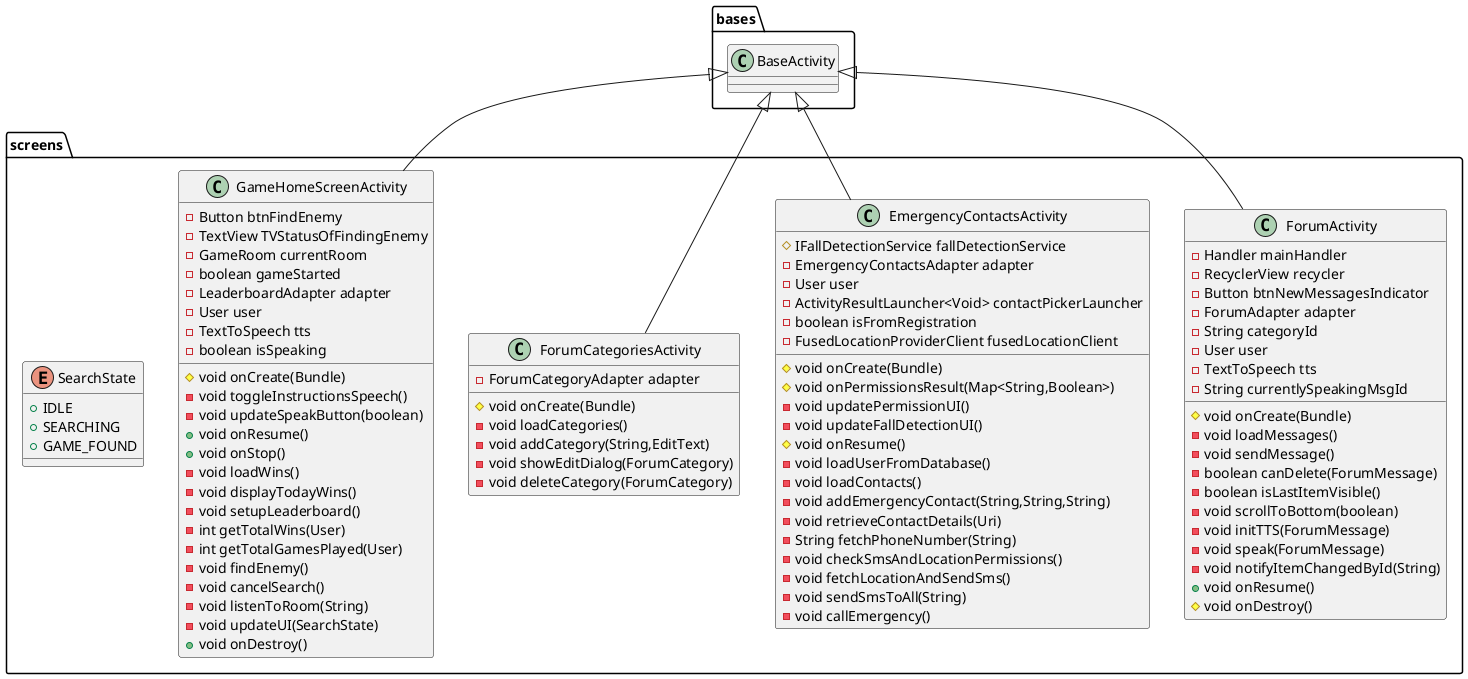
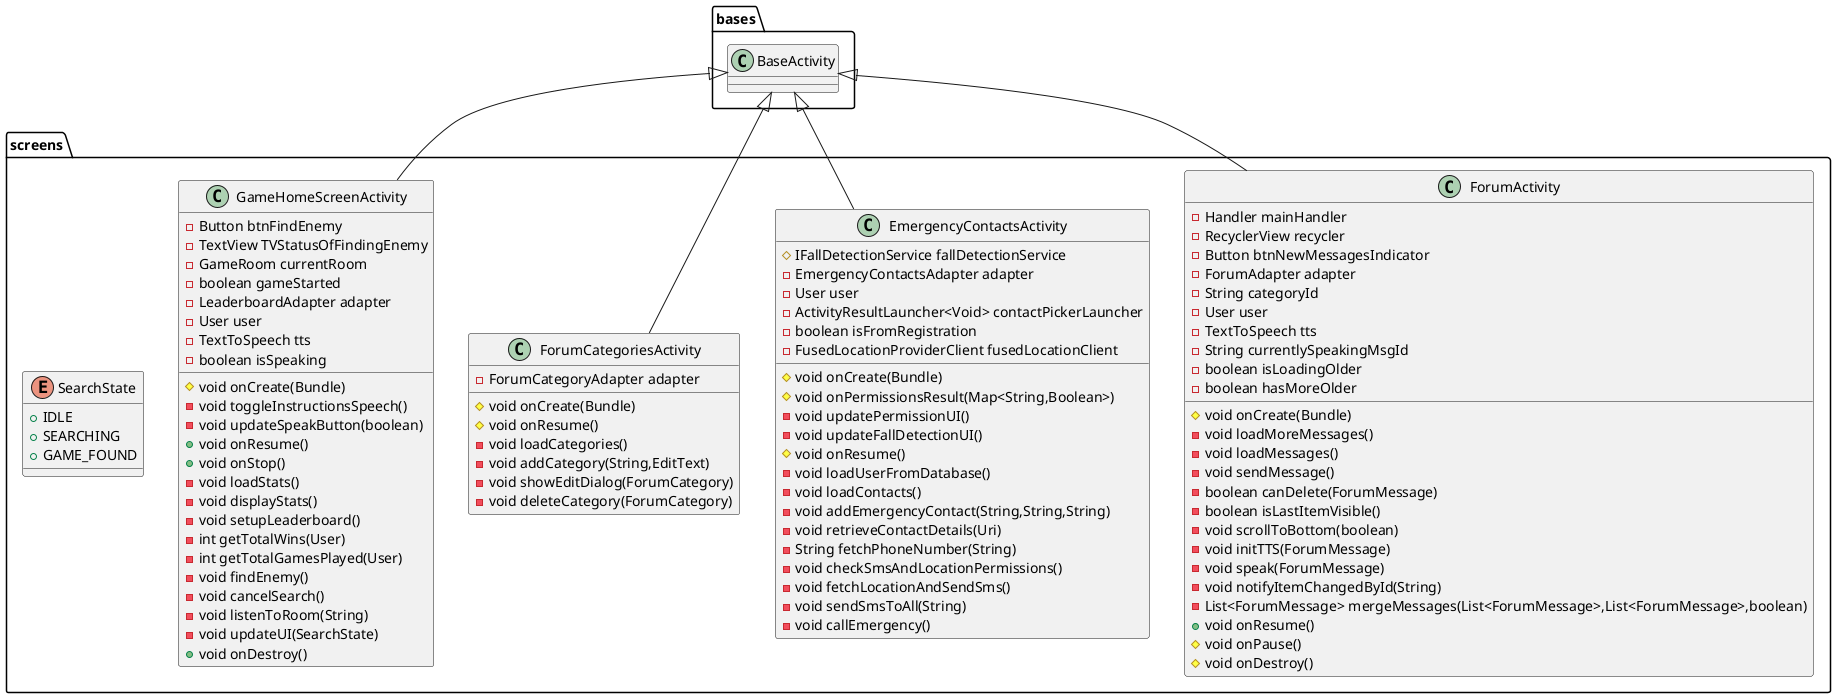
@startuml
class screens.ForumActivity {
- Handler mainHandler
- RecyclerView recycler
- Button btnNewMessagesIndicator
- ForumAdapter adapter
- String categoryId
- User user
- TextToSpeech tts
- String currentlySpeakingMsgId
+ - boolean isLoadingOlder
+ - boolean hasMoreOlder
# void onCreate(Bundle)
+ - void loadMoreMessages()
- void loadMessages()
- void sendMessage()
- boolean canDelete(ForumMessage)
- boolean isLastItemVisible()
- void scrollToBottom(boolean)
- void initTTS(ForumMessage)
- void speak(ForumMessage)
- void notifyItemChangedById(String)
+ - List<ForumMessage> mergeMessages(List<ForumMessage>,List<ForumMessage>,boolean)
+ void onResume()
+ # void onPause()
# void onDestroy()
}


class screens.EmergencyContactsActivity {
# IFallDetectionService fallDetectionService
- EmergencyContactsAdapter adapter
- User user
- ActivityResultLauncher<Void> contactPickerLauncher
- boolean isFromRegistration
- FusedLocationProviderClient fusedLocationClient
# void onCreate(Bundle)
# void onPermissionsResult(Map<String,Boolean>)
- void updatePermissionUI()
- void updateFallDetectionUI()
# void onResume()
- void loadUserFromDatabase()
- void loadContacts()
- void addEmergencyContact(String,String,String)
- void retrieveContactDetails(Uri)
- String fetchPhoneNumber(String)
- void checkSmsAndLocationPermissions()
- void fetchLocationAndSendSms()
- void sendSmsToAll(String)
- void callEmergency()
}


class screens.ForumCategoriesActivity {
- ForumCategoryAdapter adapter
# void onCreate(Bundle)
+ # void onResume()
- void loadCategories()
- void addCategory(String,EditText)
- void showEditDialog(ForumCategory)
- void deleteCategory(ForumCategory)
}


class screens.GameHomeScreenActivity {
- Button btnFindEnemy
- TextView TVStatusOfFindingEnemy
- GameRoom currentRoom
- boolean gameStarted
- LeaderboardAdapter adapter
- User user
- TextToSpeech tts
- boolean isSpeaking
# void onCreate(Bundle)
- void toggleInstructionsSpeech()
- void updateSpeakButton(boolean)
+ void onResume()
+ void onStop()
- - void loadWins()
- - void displayTodayWins()
+ - void loadStats()
+ - void displayStats()
- void setupLeaderboard()
- int getTotalWins(User)
- int getTotalGamesPlayed(User)
- void findEnemy()
- void cancelSearch()
- void listenToRoom(String)
- void updateUI(SearchState)
+ void onDestroy()
}


enum screens.SearchState {
+  IDLE
+  SEARCHING
+  GAME_FOUND
}



bases.BaseActivity <|-- screens.ForumActivity
bases.BaseActivity <|-- screens.EmergencyContactsActivity
bases.BaseActivity <|-- screens.ForumCategoriesActivity
bases.BaseActivity <|-- screens.GameHomeScreenActivity
- @enduml
+ @enduml